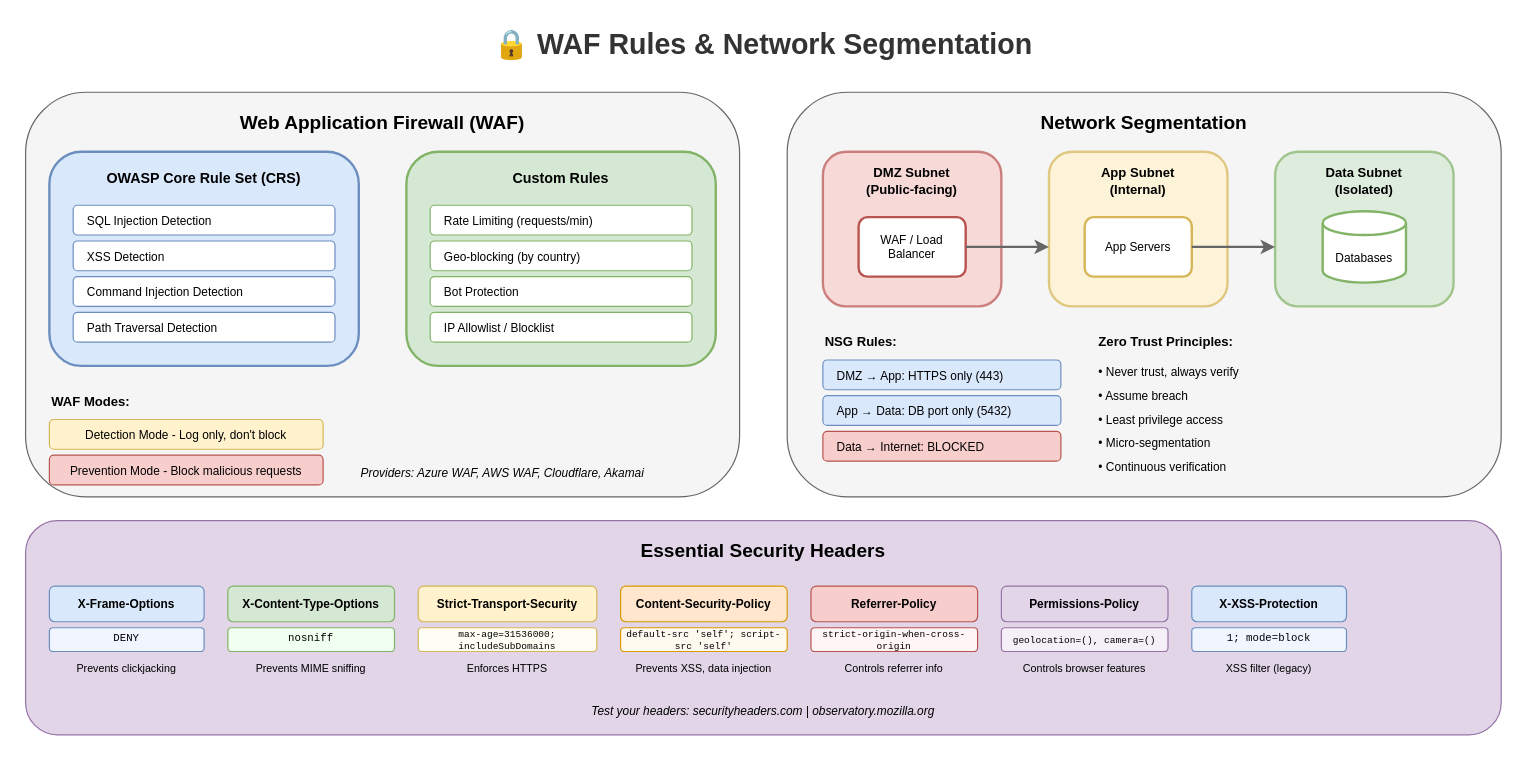
Before: lesson-06-security/04-network-security/4.2-waf-network-segmentation.drawio in MrParkerZ7/document-lesson-software-architect-x-claude, a draw.io diagram. Source tidied: cells renumbered, new cells numbered last; positions are measured from the earlier drawing's top-left corner, leaving out a move shared by most shapes. Both pictures are drawn from the tidied source at 119%, with x=0, y=0 at pixel (25, 20).
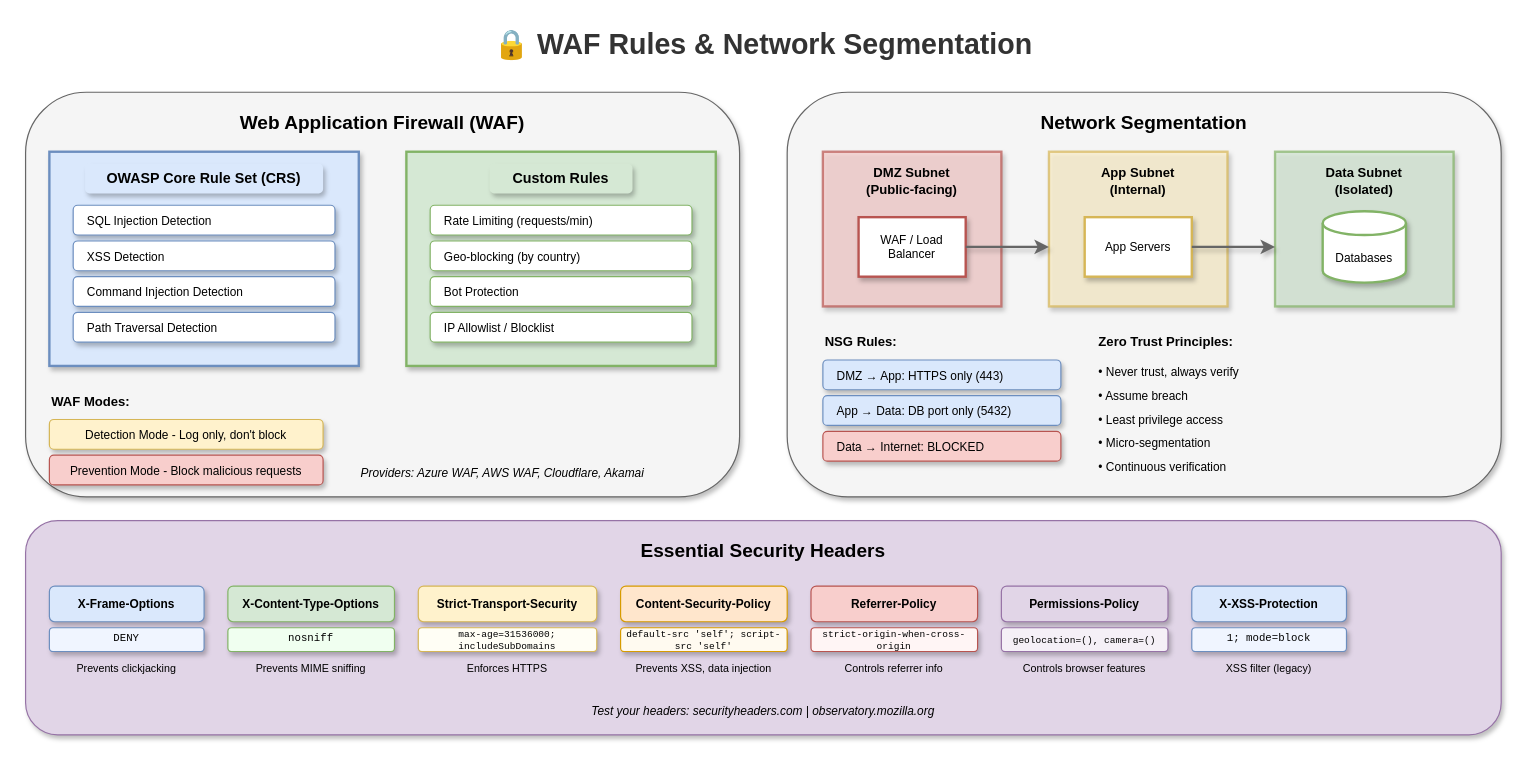
The same diagram, later.

The edit, as a diff of the source:
```diff
@@
-    <mxCell id="3" style="rounded=1;whiteSpace=wrap;html=1;fillColor=#f5f5f5;strokeColor=#666666;strokeWidth=1;" parent="1" vertex="1">
+    <mxCell id="3" style="rounded=1;whiteSpace=wrap;html=1;fillColor=#f5f5f5;strokeColor=#666666;strokeWidth=1;shadow=1;" parent="1" vertex="1">
       <mxGeometry y="60" width="600" height="340" as="geometry" />
     </mxCell>
@@
-    <mxCell id="5" style="rounded=1;whiteSpace=wrap;html=1;fillColor=#dae8fc;strokeColor=#6c8ebf;strokeWidth=2;" parent="1" vertex="1">
+    <mxCell id="5" style="rounded=0;whiteSpace=wrap;html=1;fillColor=#dae8fc;strokeColor=#6c8ebf;strokeWidth=2;shadow=1;" parent="1" vertex="1">
       <mxGeometry x="20" y="110" width="260" height="180" as="geometry" />
     </mxCell>
-    <mxCell id="6" value="OWASP Core Rule Set (CRS)" style="text;html=1;strokeColor=none;fillColor=#dae8fc;align=center;verticalAlign=middle;whiteSpace=wrap;rounded=1;fontSize=12;fontStyle=1;" parent="1" vertex="1">
+    <mxCell id="6" value="OWASP Core Rule Set (CRS)" style="text;html=1;strokeColor=none;fillColor=#dae8fc;align=center;verticalAlign=middle;whiteSpace=wrap;rounded=1;fontSize=12;fontStyle=1;shadow=1;" parent="1" vertex="1">
       <mxGeometry x="50" y="120" width="200" height="25" as="geometry" />
     </mxCell>
-    <mxCell id="7" value="SQL Injection Detection" style="rounded=1;whiteSpace=wrap;html=1;fillColor=#ffffff;strokeColor=#6c8ebf;fontSize=10;align=left;spacingLeft=10;" parent="1" vertex="1">
+    <mxCell id="7" value="SQL Injection Detection" style="rounded=1;whiteSpace=wrap;html=1;fillColor=#ffffff;strokeColor=#6c8ebf;fontSize=10;align=left;spacingLeft=10;shadow=1;" parent="1" vertex="1">
       <mxGeometry x="40" y="155" width="220" height="25" as="geometry" />
     </mxCell>
-    <mxCell id="8" value="XSS Detection" style="rounded=1;whiteSpace=wrap;html=1;fillColor=#ffffff;strokeColor=#6c8ebf;fontSize=10;align=left;spacingLeft=10;" parent="1" vertex="1">
+    <mxCell id="8" value="XSS Detection" style="rounded=1;whiteSpace=wrap;html=1;fillColor=#ffffff;strokeColor=#6c8ebf;fontSize=10;align=left;spacingLeft=10;shadow=1;" parent="1" vertex="1">
       <mxGeometry x="40" y="185" width="220" height="25" as="geometry" />
     </mxCell>
-    <mxCell id="9" value="Command Injection Detection" style="rounded=1;whiteSpace=wrap;html=1;fillColor=#ffffff;strokeColor=#6c8ebf;fontSize=10;align=left;spacingLeft=10;" parent="1" vertex="1">
+    <mxCell id="9" value="Command Injection Detection" style="rounded=1;whiteSpace=wrap;html=1;fillColor=#ffffff;strokeColor=#6c8ebf;fontSize=10;align=left;spacingLeft=10;shadow=1;" parent="1" vertex="1">
       <mxGeometry x="40" y="215" width="220" height="25" as="geometry" />
     </mxCell>
-    <mxCell id="10" value="Path Traversal Detection" style="rounded=1;whiteSpace=wrap;html=1;fillColor=#ffffff;strokeColor=#6c8ebf;fontSize=10;align=left;spacingLeft=10;" parent="1" vertex="1">
+    <mxCell id="10" value="Path Traversal Detection" style="rounded=1;whiteSpace=wrap;html=1;fillColor=#ffffff;strokeColor=#6c8ebf;fontSize=10;align=left;spacingLeft=10;shadow=1;" parent="1" vertex="1">
       <mxGeometry x="40" y="245" width="220" height="25" as="geometry" />
     </mxCell>
-    <mxCell id="11" style="rounded=1;whiteSpace=wrap;html=1;fillColor=#d5e8d4;strokeColor=#82b366;strokeWidth=2;" parent="1" vertex="1">
+    <mxCell id="11" style="rounded=0;whiteSpace=wrap;html=1;fillColor=#d5e8d4;strokeColor=#82b366;strokeWidth=2;shadow=1;" parent="1" vertex="1">
       <mxGeometry x="320" y="110" width="260" height="180" as="geometry" />
     </mxCell>
-    <mxCell id="12" value="Custom Rules" style="text;html=1;strokeColor=none;fillColor=#d5e8d4;align=center;verticalAlign=middle;whiteSpace=wrap;rounded=1;fontSize=12;fontStyle=1;" parent="1" vertex="1">
+    <mxCell id="12" value="Custom Rules" style="text;html=1;strokeColor=none;fillColor=#d5e8d4;align=center;verticalAlign=middle;whiteSpace=wrap;rounded=1;fontSize=12;fontStyle=1;shadow=1;" parent="1" vertex="1">
       <mxGeometry x="390" y="120" width="120" height="25" as="geometry" />
     </mxCell>
-    <mxCell id="13" value="Rate Limiting (requests/min)" style="rounded=1;whiteSpace=wrap;html=1;fillColor=#ffffff;strokeColor=#82b366;fontSize=10;align=left;spacingLeft=10;" parent="1" vertex="1">
+    <mxCell id="13" value="Rate Limiting (requests/min)" style="rounded=1;whiteSpace=wrap;html=1;fillColor=#ffffff;strokeColor=#82b366;fontSize=10;align=left;spacingLeft=10;shadow=1;" parent="1" vertex="1">
       <mxGeometry x="340" y="155" width="220" height="25" as="geometry" />
     </mxCell>
-    <mxCell id="14" value="Geo-blocking (by country)" style="rounded=1;whiteSpace=wrap;html=1;fillColor=#ffffff;strokeColor=#82b366;fontSize=10;align=left;spacingLeft=10;" parent="1" vertex="1">
+    <mxCell id="14" value="Geo-blocking (by country)" style="rounded=1;whiteSpace=wrap;html=1;fillColor=#ffffff;strokeColor=#82b366;fontSize=10;align=left;spacingLeft=10;shadow=1;" parent="1" vertex="1">
       <mxGeometry x="340" y="185" width="220" height="25" as="geometry" />
     </mxCell>
-    <mxCell id="15" value="Bot Protection" style="rounded=1;whiteSpace=wrap;html=1;fillColor=#ffffff;strokeColor=#82b366;fontSize=10;align=left;spacingLeft=10;" parent="1" vertex="1">
+    <mxCell id="15" value="Bot Protection" style="rounded=1;whiteSpace=wrap;html=1;fillColor=#ffffff;strokeColor=#82b366;fontSize=10;align=left;spacingLeft=10;shadow=1;" parent="1" vertex="1">
       <mxGeometry x="340" y="215" width="220" height="25" as="geometry" />
     </mxCell>
-    <mxCell id="16" value="IP Allowlist / Blocklist" style="rounded=1;whiteSpace=wrap;html=1;fillColor=#ffffff;strokeColor=#82b366;fontSize=10;align=left;spacingLeft=10;" parent="1" vertex="1">
+    <mxCell id="16" value="IP Allowlist / Blocklist" style="rounded=1;whiteSpace=wrap;html=1;fillColor=#ffffff;strokeColor=#82b366;fontSize=10;align=left;spacingLeft=10;shadow=1;" parent="1" vertex="1">
       <mxGeometry x="340" y="245" width="220" height="25" as="geometry" />
     </mxCell>
@@
-    <mxCell id="18" value="Detection Mode - Log only, don't block" style="rounded=1;whiteSpace=wrap;html=1;fillColor=#fff2cc;strokeColor=#d6b656;fontSize=10;" parent="1" vertex="1">
+    <mxCell id="18" value="Detection Mode - Log only, don't block" style="rounded=1;whiteSpace=wrap;html=1;fillColor=#fff2cc;strokeColor=#d6b656;fontSize=10;shadow=1;" parent="1" vertex="1">
       <mxGeometry x="20" y="335" width="230" height="25" as="geometry" />
     </mxCell>
-    <mxCell id="19" value="Prevention Mode - Block malicious requests" style="rounded=1;whiteSpace=wrap;html=1;fillColor=#f8cecc;strokeColor=#b85450;fontSize=10;" parent="1" vertex="1">
+    <mxCell id="19" value="Prevention Mode - Block malicious requests" style="rounded=1;whiteSpace=wrap;html=1;fillColor=#f8cecc;strokeColor=#b85450;fontSize=10;shadow=1;" parent="1" vertex="1">
       <mxGeometry x="20" y="365" width="230" height="25" as="geometry" />
     </mxCell>
@@
-    <mxCell id="21" style="rounded=1;whiteSpace=wrap;html=1;fillColor=#f5f5f5;strokeColor=#666666;strokeWidth=1;" parent="1" vertex="1">
+    <mxCell id="21" style="rounded=1;whiteSpace=wrap;html=1;fillColor=#f5f5f5;strokeColor=#666666;strokeWidth=1;shadow=1;" parent="1" vertex="1">
       <mxGeometry x="640" y="60" width="600" height="340" as="geometry" />
     </mxCell>
@@
-    <mxCell id="23" style="rounded=1;whiteSpace=wrap;html=1;fillColor=#f8cecc;strokeColor=#b85450;strokeWidth=2;opacity=70;" parent="1" vertex="1">
+    <mxCell id="23" style="rounded=0;whiteSpace=wrap;html=1;fillColor=#f8cecc;strokeColor=#b85450;strokeWidth=2;opacity=70;shadow=1;" parent="1" vertex="1">
       <mxGeometry x="670" y="110" width="150" height="130" as="geometry" />
     </mxCell>
@@
-    <mxCell id="25" value="WAF / Load&#10;Balancer" style="rounded=1;whiteSpace=wrap;html=1;fillColor=#ffffff;strokeColor=#b85450;strokeWidth=2;fontSize=10;" parent="1" vertex="1">
+    <mxCell id="25" value="WAF / Load&#10;Balancer" style="rounded=0;whiteSpace=wrap;html=1;fillColor=#ffffff;strokeColor=#b85450;strokeWidth=2;fontSize=10;shadow=1;" parent="1" vertex="1">
       <mxGeometry x="700" y="165" width="90" height="50" as="geometry" />
     </mxCell>
-    <mxCell id="26" style="rounded=1;whiteSpace=wrap;html=1;fillColor=#fff2cc;strokeColor=#d6b656;strokeWidth=2;opacity=70;" parent="1" vertex="1">
+    <mxCell id="26" style="rounded=0;whiteSpace=wrap;html=1;fillColor=#fff2cc;strokeColor=#d6b656;strokeWidth=2;opacity=70;shadow=1;" parent="1" vertex="1">
       <mxGeometry x="860" y="110" width="150" height="130" as="geometry" />
     </mxCell>
@@
-    <mxCell id="28" value="App Servers" style="rounded=1;whiteSpace=wrap;html=1;fillColor=#ffffff;strokeColor=#d6b656;strokeWidth=2;fontSize=10;" parent="1" vertex="1">
+    <mxCell id="28" value="App Servers" style="rounded=0;whiteSpace=wrap;html=1;fillColor=#ffffff;strokeColor=#d6b656;strokeWidth=2;fontSize=10;shadow=1;" parent="1" vertex="1">
       <mxGeometry x="890" y="165" width="90" height="50" as="geometry" />
     </mxCell>
-    <mxCell id="29" style="rounded=1;whiteSpace=wrap;html=1;fillColor=#d5e8d4;strokeColor=#82b366;strokeWidth=2;opacity=70;" parent="1" vertex="1">
+    <mxCell id="29" style="rounded=0;whiteSpace=wrap;html=1;fillColor=#d5e8d4;strokeColor=#82b366;strokeWidth=2;opacity=70;shadow=1;" parent="1" vertex="1">
       <mxGeometry x="1050" y="110" width="150" height="130" as="geometry" />
     </mxCell>
@@
-    <mxCell id="31" value="Databases" style="shape=cylinder3;whiteSpace=wrap;html=1;boundedLbl=1;backgroundOutline=1;size=10;fillColor=#ffffff;strokeColor=#82b366;strokeWidth=2;fontSize=10;" parent="1" vertex="1">
+    <mxCell id="31" value="Databases" style="shape=cylinder3;whiteSpace=wrap;html=1;boundedLbl=1;backgroundOutline=1;size=10;fillColor=#ffffff;strokeColor=#82b366;strokeWidth=2;fontSize=10;shadow=1;" parent="1" vertex="1">
       <mxGeometry x="1090" y="160" width="70" height="60" as="geometry" />
     </mxCell>
-    <mxCell id="32" style="endArrow=classic;html=1;strokeWidth=2;strokeColor=#666666;" parent="1" edge="1">
+    <mxCell id="32" style="endArrow=classic;html=1;strokeWidth=2;strokeColor=#666666;shadow=1;curved=1;flowAnimation=1;jumpStyle=arc;" parent="1" edge="1">
       <mxGeometry relative="1" as="geometry">
         <mxPoint x="790" y="190" as="sourcePoint" />
         <mxPoint x="860" y="190" as="targetPoint" />
       </mxGeometry>
     </mxCell>
-    <mxCell id="33" style="endArrow=classic;html=1;strokeWidth=2;strokeColor=#666666;" parent="1" edge="1">
+    <mxCell id="33" style="endArrow=classic;html=1;strokeWidth=2;strokeColor=#666666;shadow=1;curved=1;flowAnimation=1;jumpStyle=arc;" parent="1" edge="1">
       <mxGeometry relative="1" as="geometry">
         <mxPoint x="980" y="190" as="sourcePoint" />
         <mxPoint x="1050" y="190" as="targetPoint" />
       </mxGeometry>
     </mxCell>
@@
-    <mxCell id="35" value="DMZ → App: HTTPS only (443)" style="rounded=1;whiteSpace=wrap;html=1;fillColor=#dae8fc;strokeColor=#6c8ebf;fontSize=10;align=left;spacingLeft=10;" parent="1" vertex="1">
+    <mxCell id="35" value="DMZ → App: HTTPS only (443)" style="rounded=1;whiteSpace=wrap;html=1;fillColor=#dae8fc;strokeColor=#6c8ebf;fontSize=10;align=left;spacingLeft=10;shadow=1;" parent="1" vertex="1">
       <mxGeometry x="670" y="285" width="200" height="25" as="geometry" />
     </mxCell>
-    <mxCell id="36" value="App → Data: DB port only (5432)" style="rounded=1;whiteSpace=wrap;html=1;fillColor=#dae8fc;strokeColor=#6c8ebf;fontSize=10;align=left;spacingLeft=10;" parent="1" vertex="1">
+    <mxCell id="36" value="App → Data: DB port only (5432)" style="rounded=1;whiteSpace=wrap;html=1;fillColor=#dae8fc;strokeColor=#6c8ebf;fontSize=10;align=left;spacingLeft=10;shadow=1;" parent="1" vertex="1">
       <mxGeometry x="670" y="315" width="200" height="25" as="geometry" />
     </mxCell>
-    <mxCell id="37" value="Data → Internet: BLOCKED" style="rounded=1;whiteSpace=wrap;html=1;fillColor=#f8cecc;strokeColor=#b85450;fontSize=10;align=left;spacingLeft=10;" parent="1" vertex="1">
+    <mxCell id="37" value="Data → Internet: BLOCKED" style="rounded=1;whiteSpace=wrap;html=1;fillColor=#f8cecc;strokeColor=#b85450;fontSize=10;align=left;spacingLeft=10;shadow=1;" parent="1" vertex="1">
       <mxGeometry x="670" y="345" width="200" height="25" as="geometry" />
     </mxCell>
@@
-    <mxCell id="44" style="rounded=1;whiteSpace=wrap;html=1;fillColor=#e1d5e7;strokeColor=#9673a6;strokeWidth=1;" parent="1" vertex="1">
+    <mxCell id="44" style="rounded=1;whiteSpace=wrap;html=1;fillColor=#e1d5e7;strokeColor=#9673a6;strokeWidth=1;shadow=1;" parent="1" vertex="1">
       <mxGeometry y="420" width="1240" height="180" as="geometry" />
     </mxCell>
@@
-    <mxCell id="46" value="X-Frame-Options" style="rounded=1;whiteSpace=wrap;html=1;fillColor=#dae8fc;strokeColor=#6c8ebf;fontSize=10;fontStyle=1;" parent="1" vertex="1">
+    <mxCell id="46" value="X-Frame-Options" style="rounded=1;whiteSpace=wrap;html=1;fillColor=#dae8fc;strokeColor=#6c8ebf;fontSize=10;fontStyle=1;shadow=1;" parent="1" vertex="1">
       <mxGeometry x="20" y="475" width="130" height="30" as="geometry" />
     </mxCell>
-    <mxCell id="47" value="DENY" style="text;html=1;strokeColor=#6c8ebf;fillColor=#f0f5ff;align=center;verticalAlign=middle;whiteSpace=wrap;rounded=1;fontSize=9;fontFamily=Courier New;" parent="1" vertex="1">
+    <mxCell id="47" value="DENY" style="text;html=1;strokeColor=#6c8ebf;fillColor=#f0f5ff;align=center;verticalAlign=middle;whiteSpace=wrap;rounded=1;fontSize=9;fontFamily=Courier New;shadow=1;" parent="1" vertex="1">
       <mxGeometry x="20" y="510" width="130" height="20" as="geometry" />
     </mxCell>
@@
-    <mxCell id="49" value="X-Content-Type-Options" style="rounded=1;whiteSpace=wrap;html=1;fillColor=#d5e8d4;strokeColor=#82b366;fontSize=10;fontStyle=1;" parent="1" vertex="1">
+    <mxCell id="49" value="X-Content-Type-Options" style="rounded=1;whiteSpace=wrap;html=1;fillColor=#d5e8d4;strokeColor=#82b366;fontSize=10;fontStyle=1;shadow=1;" parent="1" vertex="1">
       <mxGeometry x="170" y="475" width="140" height="30" as="geometry" />
     </mxCell>
-    <mxCell id="50" value="nosniff" style="text;html=1;strokeColor=#82b366;fillColor=#f0fff0;align=center;verticalAlign=middle;whiteSpace=wrap;rounded=1;fontSize=9;fontFamily=Courier New;" parent="1" vertex="1">
+    <mxCell id="50" value="nosniff" style="text;html=1;strokeColor=#82b366;fillColor=#f0fff0;align=center;verticalAlign=middle;whiteSpace=wrap;rounded=1;fontSize=9;fontFamily=Courier New;shadow=1;" parent="1" vertex="1">
       <mxGeometry x="170" y="510" width="140" height="20" as="geometry" />
     </mxCell>
@@
-    <mxCell id="52" value="Strict-Transport-Security" style="rounded=1;whiteSpace=wrap;html=1;fillColor=#fff2cc;strokeColor=#d6b656;fontSize=10;fontStyle=1;" parent="1" vertex="1">
+    <mxCell id="52" value="Strict-Transport-Security" style="rounded=1;whiteSpace=wrap;html=1;fillColor=#fff2cc;strokeColor=#d6b656;fontSize=10;fontStyle=1;shadow=1;" parent="1" vertex="1">
       <mxGeometry x="330" y="475" width="150" height="30" as="geometry" />
     </mxCell>
-    <mxCell id="53" value="max-age=31536000; includeSubDomains" style="text;html=1;strokeColor=#d6b656;fillColor=#fffef5;align=center;verticalAlign=middle;whiteSpace=wrap;rounded=1;fontSize=8;fontFamily=Courier New;" parent="1" vertex="1">
+    <mxCell id="53" value="max-age=31536000; includeSubDomains" style="text;html=1;strokeColor=#d6b656;fillColor=#fffef5;align=center;verticalAlign=middle;whiteSpace=wrap;rounded=1;fontSize=8;fontFamily=Courier New;shadow=1;" parent="1" vertex="1">
       <mxGeometry x="330" y="510" width="150" height="20" as="geometry" />
     </mxCell>
@@
-    <mxCell id="55" value="Content-Security-Policy" style="rounded=1;whiteSpace=wrap;html=1;fillColor=#ffe6cc;strokeColor=#d79b00;fontSize=10;fontStyle=1;" parent="1" vertex="1">
+    <mxCell id="55" value="Content-Security-Policy" style="rounded=1;whiteSpace=wrap;html=1;fillColor=#ffe6cc;strokeColor=#d79b00;fontSize=10;fontStyle=1;shadow=1;" parent="1" vertex="1">
       <mxGeometry x="500" y="475" width="140" height="30" as="geometry" />
     </mxCell>
-    <mxCell id="56" value="default-src 'self'; script-src 'self'" style="text;html=1;strokeColor=#d79b00;fillColor=#fffaf0;align=center;verticalAlign=middle;whiteSpace=wrap;rounded=1;fontSize=8;fontFamily=Courier New;" parent="1" vertex="1">
+    <mxCell id="56" value="default-src 'self'; script-src 'self'" style="text;html=1;strokeColor=#d79b00;fillColor=#fffaf0;align=center;verticalAlign=middle;whiteSpace=wrap;rounded=1;fontSize=8;fontFamily=Courier New;shadow=1;" parent="1" vertex="1">
       <mxGeometry x="500" y="510" width="140" height="20" as="geometry" />
     </mxCell>
@@
-    <mxCell id="58" value="Referrer-Policy" style="rounded=1;whiteSpace=wrap;html=1;fillColor=#f8cecc;strokeColor=#b85450;fontSize=10;fontStyle=1;" parent="1" vertex="1">
+    <mxCell id="58" value="Referrer-Policy" style="rounded=1;whiteSpace=wrap;html=1;fillColor=#f8cecc;strokeColor=#b85450;fontSize=10;fontStyle=1;shadow=1;" parent="1" vertex="1">
       <mxGeometry x="660" y="475" width="140" height="30" as="geometry" />
     </mxCell>
-    <mxCell id="59" value="strict-origin-when-cross-origin" style="text;html=1;strokeColor=#b85450;fillColor=#fff5f5;align=center;verticalAlign=middle;whiteSpace=wrap;rounded=1;fontSize=8;fontFamily=Courier New;" parent="1" vertex="1">
+    <mxCell id="59" value="strict-origin-when-cross-origin" style="text;html=1;strokeColor=#b85450;fillColor=#fff5f5;align=center;verticalAlign=middle;whiteSpace=wrap;rounded=1;fontSize=8;fontFamily=Courier New;shadow=1;" parent="1" vertex="1">
       <mxGeometry x="660" y="510" width="140" height="20" as="geometry" />
     </mxCell>
@@
-    <mxCell id="61" value="Permissions-Policy" style="rounded=1;whiteSpace=wrap;html=1;fillColor=#e1d5e7;strokeColor=#9673a6;fontSize=10;fontStyle=1;" parent="1" vertex="1">
+    <mxCell id="61" value="Permissions-Policy" style="rounded=1;whiteSpace=wrap;html=1;fillColor=#e1d5e7;strokeColor=#9673a6;fontSize=10;fontStyle=1;shadow=1;" parent="1" vertex="1">
       <mxGeometry x="820" y="475" width="140" height="30" as="geometry" />
     </mxCell>
-    <mxCell id="62" value="geolocation=(), camera=()" style="text;html=1;strokeColor=#9673a6;fillColor=#f5f0f7;align=center;verticalAlign=middle;whiteSpace=wrap;rounded=1;fontSize=8;fontFamily=Courier New;" parent="1" vertex="1">
+    <mxCell id="62" value="geolocation=(), camera=()" style="text;html=1;strokeColor=#9673a6;fillColor=#f5f0f7;align=center;verticalAlign=middle;whiteSpace=wrap;rounded=1;fontSize=8;fontFamily=Courier New;shadow=1;" parent="1" vertex="1">
       <mxGeometry x="820" y="510" width="140" height="20" as="geometry" />
     </mxCell>
@@
-    <mxCell id="64" value="X-XSS-Protection" style="rounded=1;whiteSpace=wrap;html=1;fillColor=#dae8fc;strokeColor=#6c8ebf;fontSize=10;fontStyle=1;" parent="1" vertex="1">
+    <mxCell id="64" value="X-XSS-Protection" style="rounded=1;whiteSpace=wrap;html=1;fillColor=#dae8fc;strokeColor=#6c8ebf;fontSize=10;fontStyle=1;shadow=1;" parent="1" vertex="1">
       <mxGeometry x="980" y="475" width="130" height="30" as="geometry" />
     </mxCell>
-    <mxCell id="65" value="1; mode=block" style="text;html=1;strokeColor=#6c8ebf;fillColor=#f0f5ff;align=center;verticalAlign=middle;whiteSpace=wrap;rounded=1;fontSize=9;fontFamily=Courier New;" parent="1" vertex="1">
+    <mxCell id="65" value="1; mode=block" style="text;html=1;strokeColor=#6c8ebf;fillColor=#f0f5ff;align=center;verticalAlign=middle;whiteSpace=wrap;rounded=1;fontSize=9;fontFamily=Courier New;shadow=1;" parent="1" vertex="1">
       <mxGeometry x="980" y="510" width="130" height="20" as="geometry" />
     </mxCell>
```
